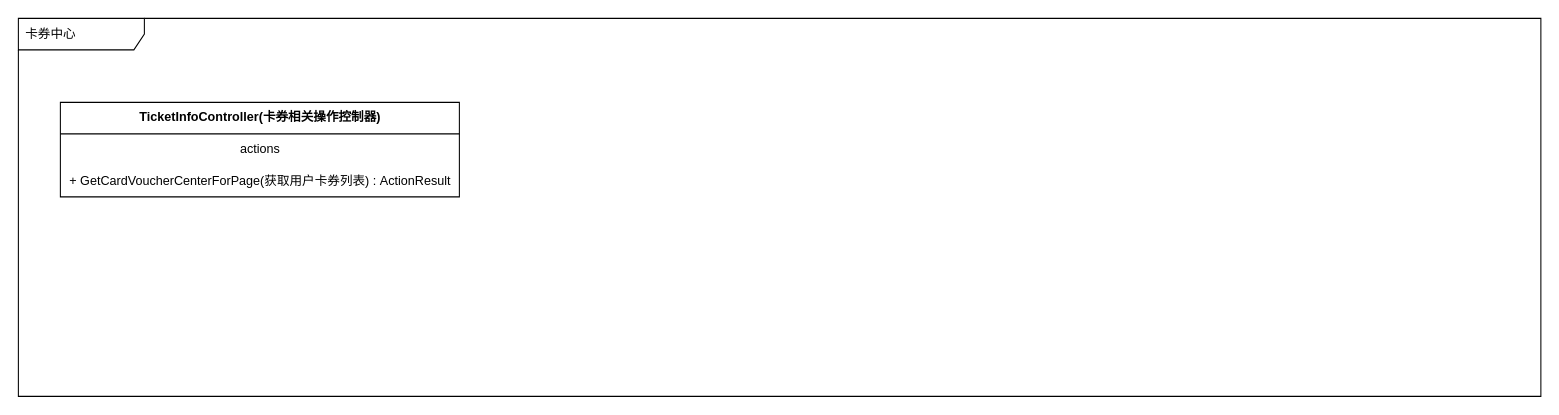
Above: Kemai/卡券类图.drawio in noobwu/diagrams (draw.io), before the change. Source tidied: cells renumbered, new cells numbered last; positions are measured from the earlier drawing's top-left corner, leaving out a move shared by most shapes. Both pictures are drawn from the tidied source at 105%, with x=0, y=0 at pixel (18, 18).
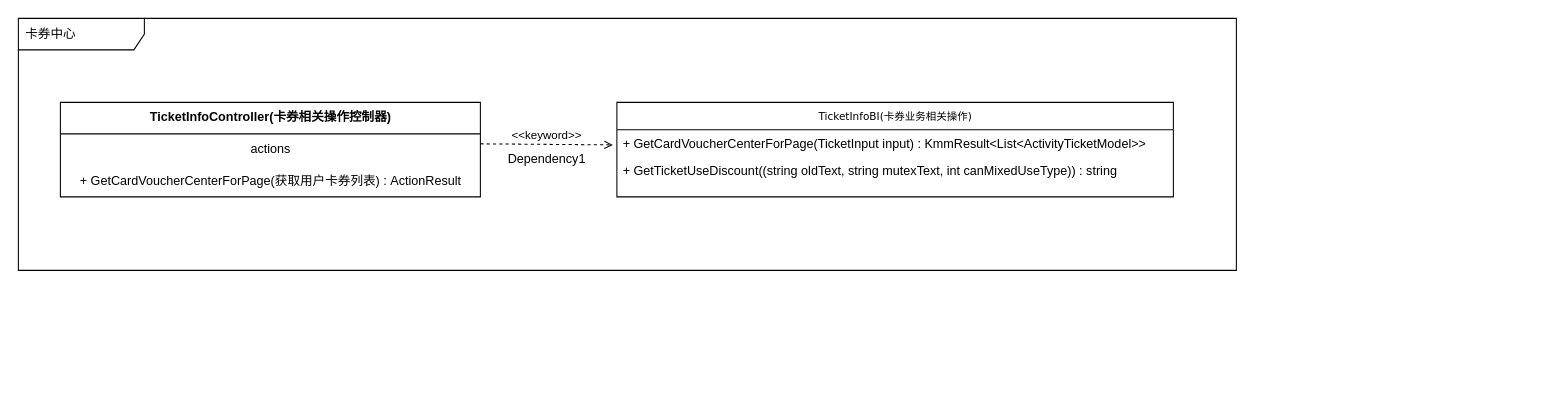
Above is the later version.

What changed in the source:
```diff
@@
 <mxGraphModel>
   <root>
     <mxCell id="0" />
     <mxCell id="1" parent="0" />
     <mxCell id="2" value="卡券中心" style="shape=umlFrame;whiteSpace=wrap;html=1;width=120;height=30;boundedLbl=1;verticalAlign=middle;align=left;spacingLeft=5;" parent="1" vertex="1">
-      <mxGeometry width="1450" height="360" as="geometry" />
+      <mxGeometry width="1160" height="240" as="geometry" />
     </mxCell>
     <mxCell id="3" value="TicketInfoController(卡券相关操作控制器)" style="swimlane;fontStyle=1;align=center;verticalAlign=top;horizontal=1;startSize=30;html=1;fillColor=default;" parent="1" vertex="1">
-      <mxGeometry x="40" y="80" width="380" height="90" as="geometry" />
+      <mxGeometry x="40" y="80" width="400" height="90" as="geometry" />
     </mxCell>
     <mxCell id="4" value="actions" style="html=1;strokeColor=none;fillColor=none;align=center;verticalAlign=middle;spacingLeft=4;spacingRight=4;" parent="3" vertex="1">
-      <mxGeometry y="30" width="380" height="30" as="geometry" />
+      <mxGeometry y="30" width="400" height="30" as="geometry" />
     </mxCell>
     <mxCell id="5" value="+ GetCardVoucherCenterForPage(获取用户卡券列表) :&amp;nbsp;ActionResult" style="html=1;strokeColor=none;fillColor=none;align=center;verticalAlign=middle;spacingLeft=4;spacingRight=4;" parent="3" vertex="1">
-      <mxGeometry y="60" width="380" height="30" as="geometry" />
+      <mxGeometry y="60" width="400" height="30" as="geometry" />
     </mxCell>
+    <mxCell id="6" value="TicketInfoBI(卡券业务相关操作)" style="swimlane;html=1;fontStyle=0;horizontal=1;startSize=26;fillColor=none;swimlaneFillColor=#ffffff;rounded=0;shadow=0;comic=0;labelBackgroundColor=none;strokeWidth=1;fontFamily=Verdana;fontSize=10;align=center;" parent="1" vertex="1">
+      <mxGeometry x="570" y="80" width="530" height="90" as="geometry" />
+    </mxCell>
+    <mxCell id="7" value="&lt;span&gt;+ GetCardVoucherCenterForPage(TicketInput input)&amp;nbsp;:&amp;nbsp;&lt;/span&gt;KmmResult&amp;lt;List&amp;lt;ActivityTicketModel&amp;gt;&amp;gt;" style="text;html=1;strokeColor=none;fillColor=none;align=left;verticalAlign=top;spacingLeft=4;spacingRight=4;whiteSpace=wrap;overflow=hidden;" parent="6" vertex="1">
+      <mxGeometry y="26" width="530" height="26" as="geometry" />
+    </mxCell>
+    <mxCell id="8" value="&lt;span&gt;+ GetTicketUseDiscount((string oldText, string mutexText, int canMixedUseType))&amp;nbsp;:&amp;nbsp;&lt;/span&gt;string" style="text;html=1;strokeColor=none;fillColor=none;align=left;verticalAlign=top;spacingLeft=4;spacingRight=4;whiteSpace=wrap;overflow=hidden;" parent="6" vertex="1">
+      <mxGeometry y="52" width="530" height="26" as="geometry" />
+    </mxCell>
+    <mxCell id="9" value="&amp;lt;&amp;lt;keyword&amp;gt;&amp;gt;" style="endArrow=open;html=1;rounded=0;align=center;verticalAlign=bottom;dashed=1;endFill=0;labelBackgroundColor=none;entryX=0;entryY=0.5;entryDx=0;entryDy=0;exitX=1.014;exitY=0.3;exitDx=0;exitDy=0;exitPerimeter=0;" parent="1" edge="1">
+      <mxGeometry relative="1" as="geometry">
+        <mxPoint x="440" y="119.5" as="sourcePoint" />
+        <mxPoint x="566.2" y="120.5" as="targetPoint" />
+      </mxGeometry>
+    </mxCell>
+    <mxCell id="10" value="Dependency1" style="html=1;align=center;verticalAlign=top;labelBackgroundColor=none;fillColor=default;" parent="9" vertex="1">
+      <mxGeometry relative="1" as="geometry" />
+    </mxCell>
   </root>
 </mxGraphModel>
```
